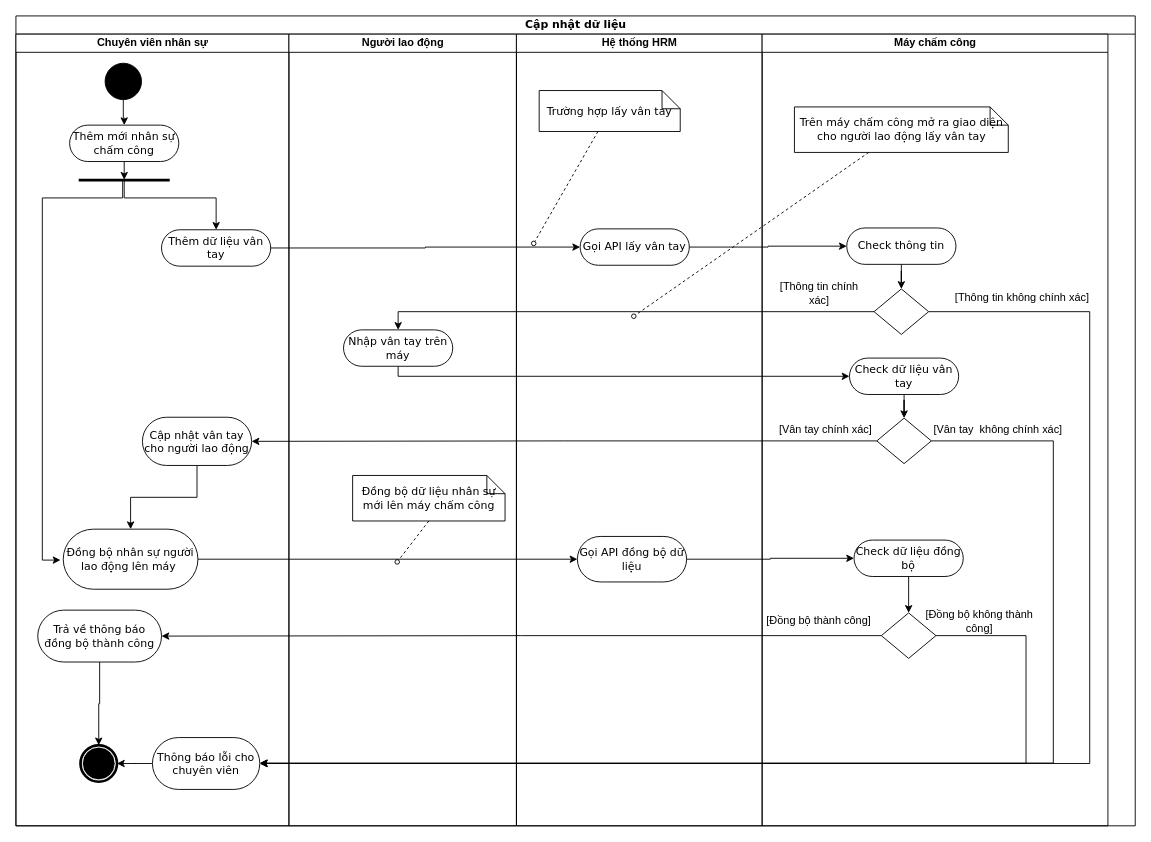
dungnm8/temp_follow keeps this draw.io diagram as page "Update" (2 of 3) of Untitled Diagram.drawio. Above is the earlier version. Source tidied: cells renumbered, new cells numbered last; positions are measured from the earlier drawing's top-left corner, leaving out a move shared by most shapes. Both pictures are drawn from the tidied source at 91%, with x=0, y=0 at pixel (15, 15).
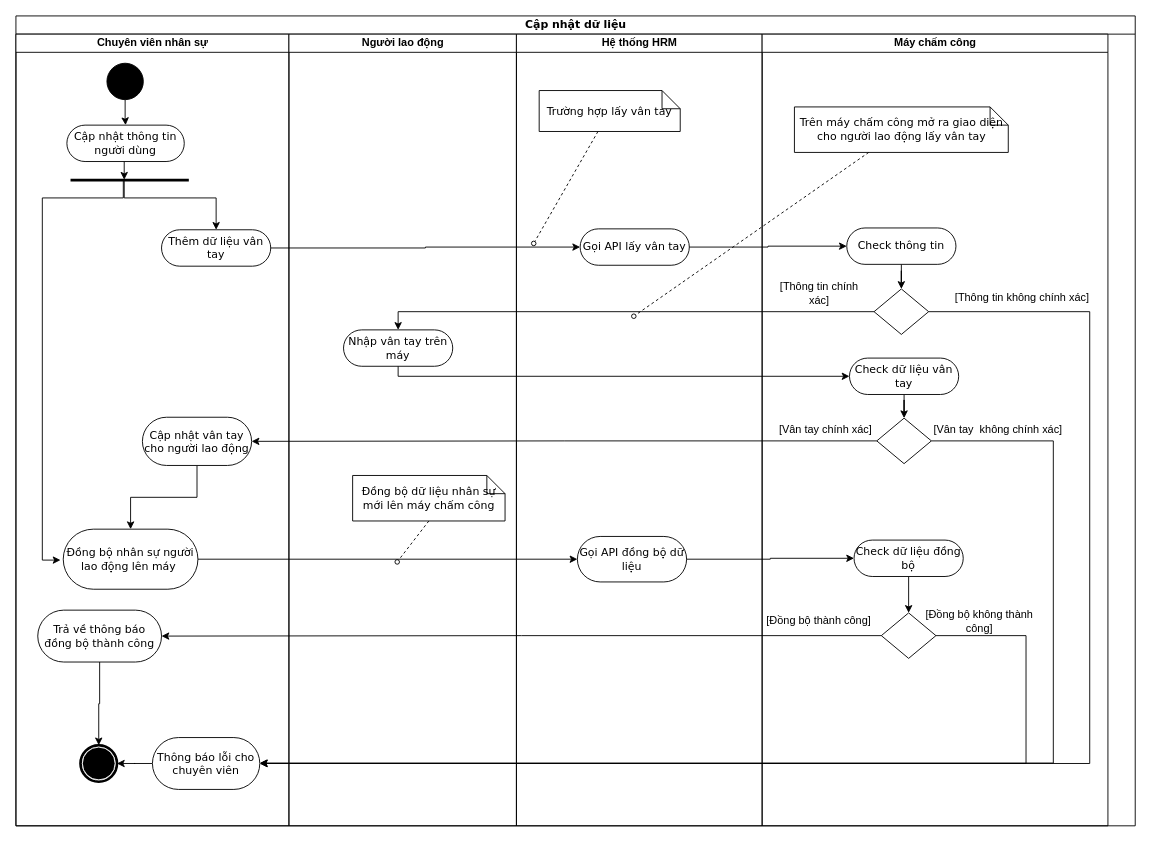
After the change.

Unchanged cells that the change refers to:
```xml
<mxCell id="3" value="Chuyên viên nhân sự" style="swimlane;html=1;startSize=20;" parent="2" vertex="1">
  <mxGeometry y="20" width="300" height="870" as="geometry" />
</mxCell>
```

Change to the diagram source:
```diff
@@
     <mxCell id="5" style="ellipse;whiteSpace=wrap;html=1;rounded=0;shadow=0;comic=0;labelBackgroundColor=none;strokeWidth=1;fillColor=#000000;fontFamily=Verdana;fontSize=12;align=center;" parent="3" vertex="1">
-      <mxGeometry x="98" y="32" width="40" height="40" as="geometry" />
+      <mxGeometry x="100" y="32" width="40" height="40" as="geometry" />
     </mxCell>
@@
     <mxCell id="17" style="line;strokeWidth=3;fillColor=none;align=left;verticalAlign=middle;spacingTop=-1;spacingLeft=3;spacingRight=3;labelPosition=right;points=[];portConstraint=eastwest;" parent="3" vertex="1">
-      <mxGeometry x="69" y="160" width="100" height="1" as="geometry" />
+      <mxGeometry x="60" y="160" width="130" height="1" as="geometry" />
     </mxCell>
-    <mxCell id="18" value="Thêm mới nhân sự chấm công" style="rounded=1;whiteSpace=wrap;html=1;shadow=0;comic=0;labelBackgroundColor=none;strokeWidth=1;fontFamily=Verdana;fontSize=12;align=center;arcSize=50;" parent="3" vertex="1">
-      <mxGeometry x="59" y="100" width="120" height="40" as="geometry" />
+    <mxCell id="18" value="Cập nhật thông tin người dùng" style="rounded=1;whiteSpace=wrap;html=1;shadow=0;comic=0;labelBackgroundColor=none;strokeWidth=1;fontFamily=Verdana;fontSize=12;align=center;arcSize=50;" parent="3" vertex="1">
+      <mxGeometry x="56" y="100" width="129" height="40" as="geometry" />
     </mxCell>
@@
     <mxCell id="57" style="edgeStyle=orthogonalEdgeStyle;rounded=0;jettySize=auto;html=1;labelBackgroundColor=none;labelBorderColor=none;" parent="1" edge="1" source="18">
       <mxGeometry relative="1" as="geometry">
         <mxPoint x="119" y="180" as="targetPoint" />
+        <Array as="points">
+          <mxPoint x="119" y="180" />
+          <mxPoint x="119" y="180" />
+        </Array>
       </mxGeometry>
     </mxCell>
```
